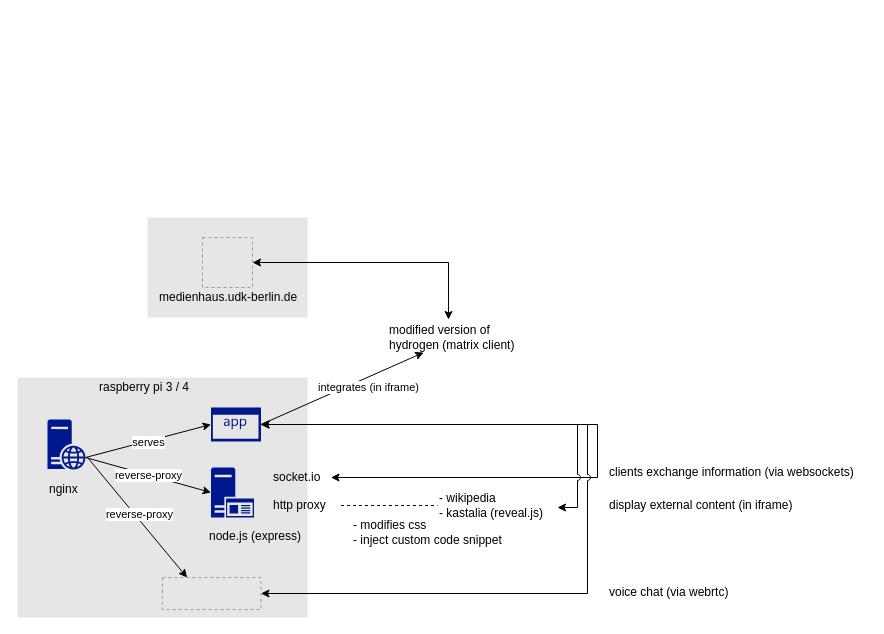
The draw.io diagram docs/architecture.drawio in freder/teacher.js, before the edit. Source tidied: cells renumbered, new cells numbered last; positions are measured from the earlier drawing's top-left corner, leaving out a move shared by most shapes. Both pictures are drawn from the tidied source at 100%, with x=0, y=0 at pixel (17, 217). Pictures stored in the file or linked from it are replaced by grey dashed boxes.
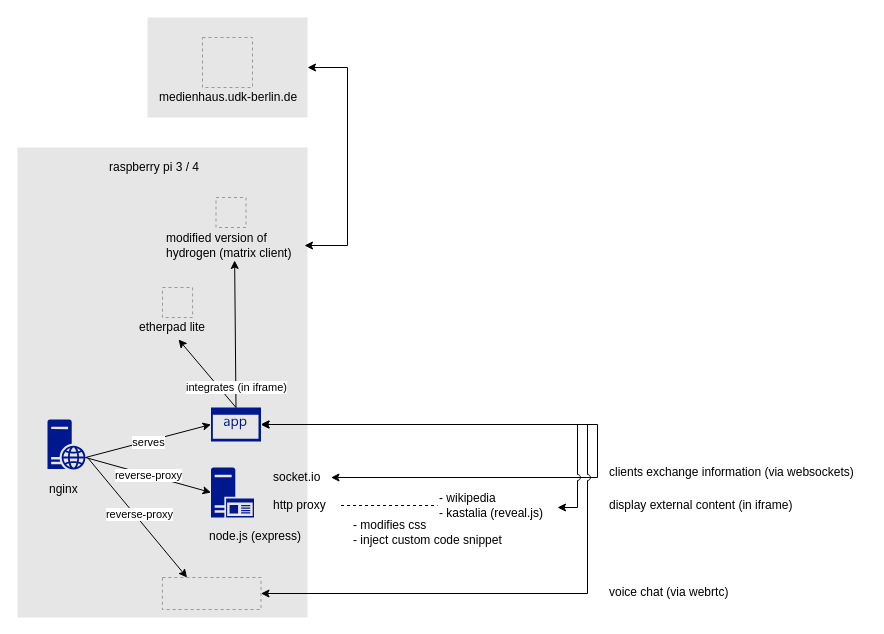
The same diagram, later.

The change refers to these unchanged cells:
```xml
<mxCell id="4" style="shadow=0;dashed=0;html=1;strokeColor=none;labelPosition=center;verticalLabelPosition=bottom;verticalAlign=top;align=center;fillColor=#00188D;shape=mxgraph.mscae.enterprise.application;" parent="1" vertex="1">
  <mxGeometry x="193.5" y="190" width="50" height="34" as="geometry" />
</mxCell>
```

Change to the diagram source:
```diff
@@
     <mxCell id="2" style="whiteSpace=wrap;html=1;align=left;fillColor=#E6E6E6;strokeColor=none;" parent="1" vertex="1">
-      <mxGeometry x="130" width="160" height="100" as="geometry" />
+      <mxGeometry x="130" y="-200" width="160" height="100" as="geometry" />
     </mxCell>
     <mxCell id="3" style="whiteSpace=wrap;html=1;align=left;fillColor=#E6E6E6;strokeColor=none;" parent="1" vertex="1">
-      <mxGeometry y="160" width="290" height="240" as="geometry" />
+      <mxGeometry y="-70" width="290" height="470" as="geometry" />
     </mxCell>
@@
     <mxCell id="18" value="raspberry pi 3 / 4" style="text;html=1;align=left;verticalAlign=middle;strokeColor=none;" parent="1" vertex="1">
-      <mxGeometry x="80" y="160" width="110" height="20" as="geometry" />
+      <mxGeometry x="90" y="-60" width="110" height="20" as="geometry" />
     </mxCell>
-    <mxCell id="19" style="group;" parent="1" vertex="1">
-      <mxGeometry x="140" y="20" width="150" height="60" as="geometry" />
-    </mxCell>
-    <mxCell id="20" style="fillColor=#E6E6E6;strokeColor=#999999;dashed=1;verticalLabelPosition=bottom;labelBackgroundColor=#ffffff;verticalAlign=top;" parent="19" vertex="1">
-      <mxGeometry x="45" width="50" height="50" as="geometry" />
-    </mxCell>
-    <mxCell id="21" value="modified version of&lt;br&gt;hydrogen (matrix client)" style="text;html=1;align=left;verticalAlign=middle;points=[];strokeColor=none;" parent="1" vertex="1">
-      <mxGeometry x="370" y="105" width="140" height="30" as="geometry" />
-    </mxCell>
-    <mxCell id="22" style="endArrow=classic;html=1;exitX=1;exitY=0.5;exitDx=0;exitDy=0;exitPerimeter=0;" parent="1" edge="1" source="4" target="21">
-      <mxGeometry relative="1" as="geometry" />
-    </mxCell>
-    <mxCell id="23" value="integrates (in iframe)" style="edgeLabel;html=1;align=center;verticalAlign=middle;" parent="22" vertex="1">
-      <mxGeometry x="-0.39" y="-1" relative="1" as="geometry">
-        <mxPoint x="57" y="-17" as="offset" />
-      </mxGeometry>
-    </mxCell>
@@
-    <mxCell id="26" style="endArrow=classic;html=1;endFill=1;startArrow=classic;startFill=1;edgeStyle=orthogonalEdgeStyle;rounded=0;entryX=1;entryY=0.5;entryDx=0;entryDy=0;exitX=0.436;exitY=-0.1;exitDx=0;exitDy=0;exitPerimeter=0;" parent="1" edge="1" source="21" target="20">
-      <mxGeometry relative="1" as="geometry">
-        <Array as="points">
-          <mxPoint x="431" y="45" />
-        </Array>
-      </mxGeometry>
-    </mxCell>
@@
+    <mxCell id="35" style="group;" parent="1" vertex="1">
+      <mxGeometry x="148.5" y="-20" width="140" height="63" as="geometry" />
+    </mxCell>
+    <mxCell id="21" value="modified version of&lt;br&gt;hydrogen (matrix client)" style="text;html=1;align=left;verticalAlign=middle;points=[];strokeColor=none;" parent="35" vertex="1">
+      <mxGeometry x="-1.5" y="33" width="140" height="30" as="geometry" />
+    </mxCell>
+    <mxCell id="36" style="fillColor=#E6E6E6;strokeColor=#999999;dashed=1;verticalLabelPosition=bottom;labelBackgroundColor=#ffffff;verticalAlign=top;" parent="35" vertex="1">
+      <mxGeometry x="50" width="30" height="30" as="geometry" />
+    </mxCell>
+    <mxCell id="37" style="endArrow=classic;html=1;rounded=0;edgeStyle=orthogonalEdgeStyle;startArrow=classic;startFill=1;shadow=0;sketch=0;jumpStyle=arc;entryX=1;entryY=0.5;entryDx=0;entryDy=0;" parent="1" edge="1" source="21" target="2">
+      <mxGeometry relative="1" as="geometry">
+        <Array as="points">
+          <mxPoint x="330" y="28" />
+          <mxPoint x="330" y="-150" />
+        </Array>
+      </mxGeometry>
+    </mxCell>
+    <mxCell id="38" style="group;" parent="1" vertex="1">
+      <mxGeometry x="140" y="-180" width="150" height="70" as="geometry" />
+    </mxCell>
+    <mxCell id="19" style="group;" parent="38" vertex="1">
+      <mxGeometry width="150" height="60" as="geometry" />
+    </mxCell>
+    <mxCell id="20" style="fillColor=#E6E6E6;strokeColor=#999999;dashed=1;verticalLabelPosition=bottom;labelBackgroundColor=#ffffff;verticalAlign=top;" parent="19" vertex="1">
+      <mxGeometry x="45" width="50" height="50" as="geometry" />
+    </mxCell>
-    <mxCell id="34" value="medienhaus.udk-berlin.de" style="text;html=1;align=left;verticalAlign=middle;strokeColor=none;" parent="1" vertex="1">
-      <mxGeometry x="140" y="70" width="150" height="20" as="geometry" />
+    <mxCell id="34" value="medienhaus.udk-berlin.de" style="text;html=1;align=left;verticalAlign=middle;strokeColor=none;" parent="38" vertex="1">
+      <mxGeometry y="50" width="150" height="20" as="geometry" />
     </mxCell>
+    <mxCell id="39" style="group;" parent="1" vertex="1">
+      <mxGeometry x="120" y="70" width="80" height="50" as="geometry" />
+    </mxCell>
+    <mxCell id="40" style="fillColor=#E6E6E6;strokeColor=#999999;dashed=1;verticalLabelPosition=bottom;labelBackgroundColor=#ffffff;verticalAlign=top;" parent="39" vertex="1">
+      <mxGeometry x="25" width="30.1" height="30" as="geometry" />
+    </mxCell>
+    <mxCell id="41" value="etherpad lite" style="text;html=1;align=left;verticalAlign=middle;points=[];strokeColor=none;" parent="39" vertex="1">
+      <mxGeometry y="30" width="80" height="20" as="geometry" />
+    </mxCell>
+    <mxCell id="42" style="endArrow=classic;html=1;exitX=0.5;exitY=0;exitDx=0;exitDy=0;exitPerimeter=0;entryX=0.513;entryY=1.1;entryDx=0;entryDy=0;entryPerimeter=0;" parent="1" edge="1" source="4" target="41">
+      <mxGeometry relative="1" as="geometry" />
+    </mxCell>
+    <mxCell id="22" style="endArrow=classic;html=1;exitX=0.5;exitY=0;exitDx=0;exitDy=0;exitPerimeter=0;" parent="1" edge="1" source="4" target="21">
+      <mxGeometry relative="1" as="geometry" />
+    </mxCell>
+    <mxCell id="23" value="integrates (in iframe)" style="edgeLabel;html=1;align=center;verticalAlign=middle;" parent="22" vertex="1">
+      <mxGeometry x="-0.39" y="-1" relative="1" as="geometry">
+        <mxPoint x="-1" y="25" as="offset" />
+      </mxGeometry>
+    </mxCell>
```
